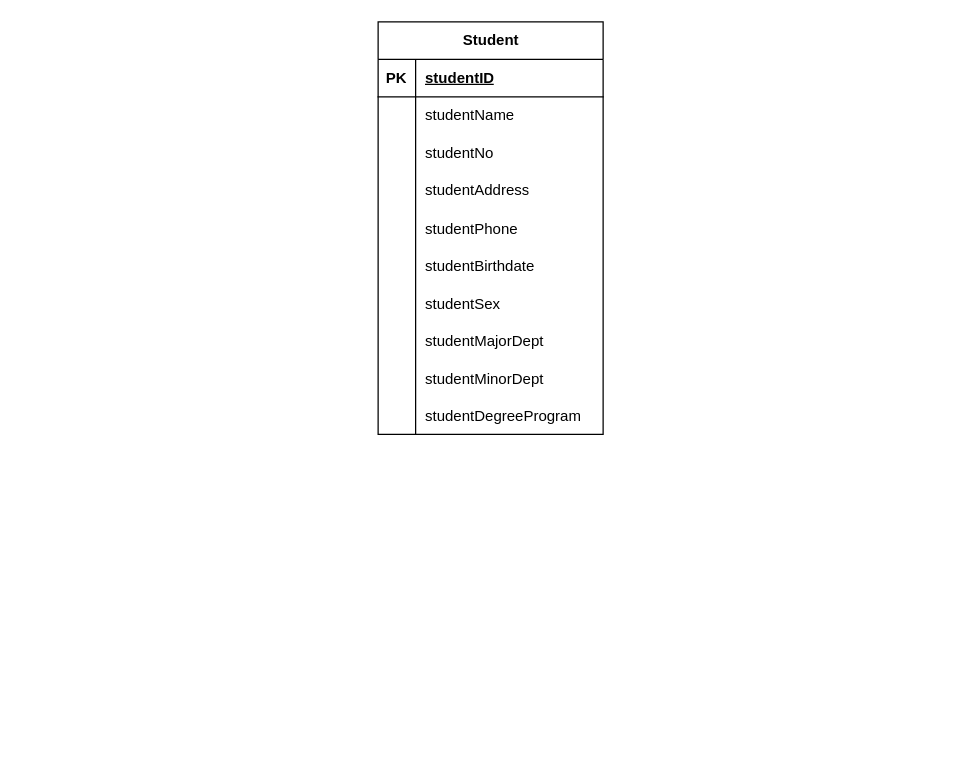
Above: University E-R FIgure.drawio in CecilXing0101/7206-Team-Project (draw.io), before the change. Source tidied: cells renumbered, new cells numbered last; positions are measured from the earlier drawing's top-left corner, leaving out a move shared by most shapes. Both pictures are drawn from the tidied source at 125%, with x=0, y=0 at pixel (378, 21).
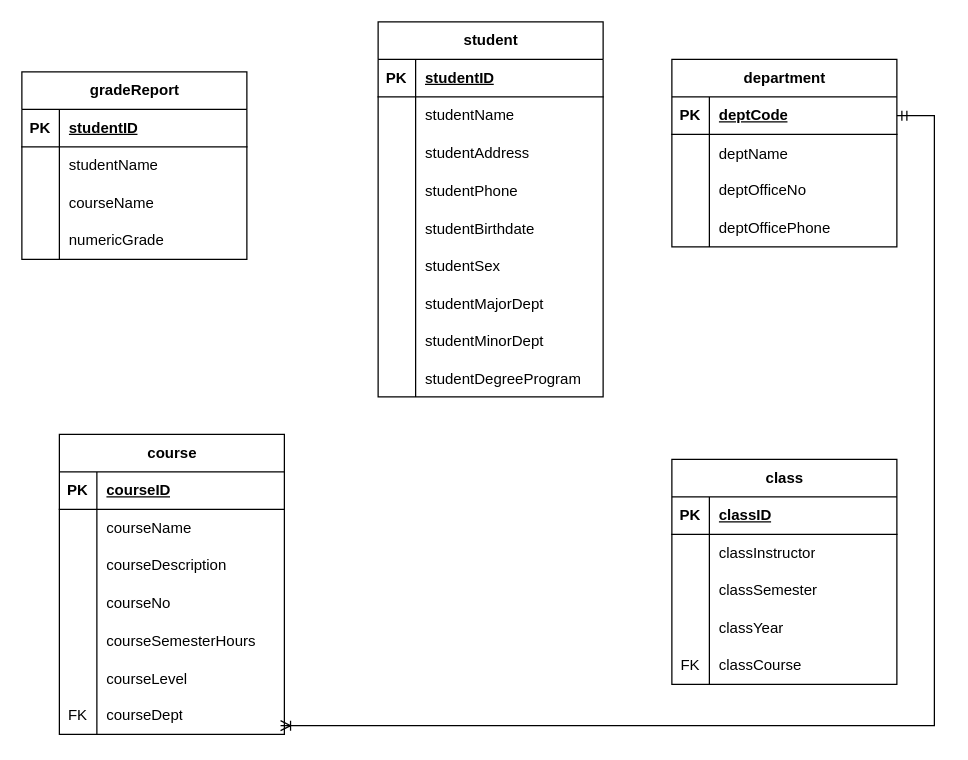
After the change.

Diff of the diagram source:
```diff
@@
-    <mxCell id="2" value="Student" style="shape=table;startSize=30;childLayout=tableLayout;rowLines=0;fontStyle=1;align=center;html=1;" parent="1" vertex="1">
-      <mxGeometry width="180" height="330" as="geometry" />
+    <mxCell id="2" value="student" style="shape=table;startSize=30;childLayout=tableLayout;rowLines=0;fontStyle=1;align=center;html=1;" parent="1" vertex="1">
+      <mxGeometry width="180" height="300" as="geometry" />
     </mxCell>
@@
-    <mxCell id="9" style="shape=tableRow;horizontal=0;startSize=0;swimlaneHead=0;swimlaneBody=0;fillColor=none;top=0;left=0;right=0;bottom=0;" parent="2" vertex="1">
-      <mxGeometry y="90" width="180" height="30" as="geometry" />
-    </mxCell>
-    <mxCell id="10" style="shape=partialRectangle;fillColor=none;top=0;left=0;bottom=0;right=0;overflow=hidden;whiteSpace=wrap;html=1;" parent="9" vertex="1">
-      <mxGeometry width="30" height="30" as="geometry" />
-    </mxCell>
-    <mxCell id="11" value="studentNo" style="shape=partialRectangle;fillColor=none;top=0;left=0;bottom=0;right=0;align=left;spacingLeft=6;overflow=hidden;whiteSpace=wrap;html=1;" parent="9" vertex="1">
-      <mxGeometry x="30" width="150" height="30" as="geometry" />
-    </mxCell>
     <mxCell id="12" style="shape=tableRow;horizontal=0;startSize=0;swimlaneHead=0;swimlaneBody=0;fillColor=none;top=0;left=0;right=0;bottom=0;" parent="2" vertex="1">
-      <mxGeometry y="120" width="180" height="30" as="geometry" />
+      <mxGeometry y="90" width="180" height="30" as="geometry" />
     </mxCell>
@@
     <mxCell id="15" style="shape=tableRow;horizontal=0;startSize=0;swimlaneHead=0;swimlaneBody=0;fillColor=none;top=0;left=0;right=0;bottom=0;" parent="2" vertex="1">
-      <mxGeometry y="150" width="180" height="30" as="geometry" />
+      <mxGeometry y="120" width="180" height="30" as="geometry" />
     </mxCell>
@@
     <mxCell id="18" style="shape=tableRow;horizontal=0;startSize=0;swimlaneHead=0;swimlaneBody=0;fillColor=none;top=0;left=0;right=0;bottom=0;" parent="2" vertex="1">
-      <mxGeometry y="180" width="180" height="30" as="geometry" />
+      <mxGeometry y="150" width="180" height="30" as="geometry" />
     </mxCell>
@@
     <mxCell id="21" style="shape=tableRow;horizontal=0;startSize=0;swimlaneHead=0;swimlaneBody=0;fillColor=none;top=0;left=0;right=0;bottom=0;" parent="2" vertex="1">
-      <mxGeometry y="210" width="180" height="30" as="geometry" />
+      <mxGeometry y="180" width="180" height="30" as="geometry" />
     </mxCell>
@@
     <mxCell id="24" style="shape=tableRow;horizontal=0;startSize=0;swimlaneHead=0;swimlaneBody=0;fillColor=none;top=0;left=0;right=0;bottom=0;" parent="2" vertex="1">
-      <mxGeometry y="240" width="180" height="30" as="geometry" />
+      <mxGeometry y="210" width="180" height="30" as="geometry" />
     </mxCell>
@@
     <mxCell id="27" style="shape=tableRow;horizontal=0;startSize=0;swimlaneHead=0;swimlaneBody=0;fillColor=none;top=0;left=0;right=0;bottom=0;" parent="2" vertex="1">
-      <mxGeometry y="270" width="180" height="30" as="geometry" />
+      <mxGeometry y="240" width="180" height="30" as="geometry" />
     </mxCell>
@@
     <mxCell id="30" style="shape=tableRow;horizontal=0;startSize=0;swimlaneHead=0;swimlaneBody=0;fillColor=none;top=0;left=0;right=0;bottom=0;" parent="2" vertex="1">
-      <mxGeometry y="300" width="180" height="30" as="geometry" />
+      <mxGeometry y="270" width="180" height="30" as="geometry" />
     </mxCell>
@@
+    <mxCell id="33" value="course" style="shape=table;startSize=30;childLayout=tableLayout;rowLines=0;fontStyle=1;align=center;html=1;" parent="1" vertex="1">
+      <mxGeometry x="-255" y="330" width="180" height="240" as="geometry" />
+    </mxCell>
+    <mxCell id="34" style="shape=tableRow;horizontal=0;startSize=0;swimlaneHead=0;swimlaneBody=0;fillColor=none;top=0;left=0;right=0;bottom=1;" parent="33" vertex="1">
+      <mxGeometry y="30" width="180" height="30" as="geometry" />
+    </mxCell>
+    <mxCell id="35" value="PK" style="shape=partialRectangle;fillColor=none;top=0;left=0;bottom=0;right=0;fontStyle=1;overflow=hidden;whiteSpace=wrap;html=1;" parent="34" vertex="1">
+      <mxGeometry width="30" height="30" as="geometry" />
+    </mxCell>
+    <mxCell id="36" value="courseID" style="shape=partialRectangle;fillColor=none;top=0;left=0;bottom=0;right=0;align=left;spacingLeft=6;fontStyle=5;overflow=hidden;whiteSpace=wrap;html=1;" parent="34" vertex="1">
+      <mxGeometry x="30" width="150" height="30" as="geometry" />
+    </mxCell>
+    <mxCell id="37" style="shape=tableRow;horizontal=0;startSize=0;swimlaneHead=0;swimlaneBody=0;fillColor=none;top=0;left=0;right=0;bottom=0;" parent="33" vertex="1">
+      <mxGeometry y="60" width="180" height="30" as="geometry" />
+    </mxCell>
+    <mxCell id="38" style="shape=partialRectangle;fillColor=none;top=0;left=0;bottom=0;right=0;overflow=hidden;whiteSpace=wrap;html=1;" parent="37" vertex="1">
+      <mxGeometry width="30" height="30" as="geometry" />
+    </mxCell>
+    <mxCell id="39" value="courseName" style="shape=partialRectangle;fillColor=none;top=0;left=0;bottom=0;right=0;align=left;spacingLeft=6;overflow=hidden;whiteSpace=wrap;html=1;" parent="37" vertex="1">
+      <mxGeometry x="30" width="150" height="30" as="geometry" />
+    </mxCell>
+    <mxCell id="40" style="shape=tableRow;horizontal=0;startSize=0;swimlaneHead=0;swimlaneBody=0;fillColor=none;top=0;left=0;right=0;bottom=0;" parent="33" vertex="1">
+      <mxGeometry y="90" width="180" height="30" as="geometry" />
+    </mxCell>
+    <mxCell id="41" style="shape=partialRectangle;fillColor=none;top=0;left=0;bottom=0;right=0;overflow=hidden;whiteSpace=wrap;html=1;" parent="40" vertex="1">
+      <mxGeometry width="30" height="30" as="geometry" />
+    </mxCell>
+    <mxCell id="42" value="courseDescription" style="shape=partialRectangle;fillColor=none;top=0;left=0;bottom=0;right=0;align=left;spacingLeft=6;overflow=hidden;whiteSpace=wrap;html=1;" parent="40" vertex="1">
+      <mxGeometry x="30" width="150" height="30" as="geometry" />
+    </mxCell>
+    <mxCell id="43" style="shape=tableRow;horizontal=0;startSize=0;swimlaneHead=0;swimlaneBody=0;fillColor=none;top=0;left=0;right=0;bottom=0;" parent="33" vertex="1">
+      <mxGeometry y="120" width="180" height="30" as="geometry" />
+    </mxCell>
+    <mxCell id="44" style="shape=partialRectangle;fillColor=none;top=0;left=0;bottom=0;right=0;overflow=hidden;whiteSpace=wrap;html=1;" parent="43" vertex="1">
+      <mxGeometry width="30" height="30" as="geometry" />
+    </mxCell>
+    <mxCell id="45" value="courseNo" style="shape=partialRectangle;fillColor=none;top=0;left=0;bottom=0;right=0;align=left;spacingLeft=6;overflow=hidden;whiteSpace=wrap;html=1;" parent="43" vertex="1">
+      <mxGeometry x="30" width="150" height="30" as="geometry" />
+    </mxCell>
+    <mxCell id="46" style="shape=tableRow;horizontal=0;startSize=0;swimlaneHead=0;swimlaneBody=0;fillColor=none;top=0;left=0;right=0;bottom=0;" parent="33" vertex="1">
+      <mxGeometry y="150" width="180" height="30" as="geometry" />
+    </mxCell>
+    <mxCell id="47" style="shape=partialRectangle;fillColor=none;top=0;left=0;bottom=0;right=0;overflow=hidden;" parent="46" vertex="1">
+      <mxGeometry width="30" height="30" as="geometry" />
+    </mxCell>
+    <mxCell id="48" value="courseSemesterHours" style="shape=partialRectangle;fillColor=none;top=0;left=0;bottom=0;right=0;align=left;spacingLeft=6;overflow=hidden;" parent="46" vertex="1">
+      <mxGeometry x="30" width="150" height="30" as="geometry" />
+    </mxCell>
+    <mxCell id="49" style="shape=tableRow;horizontal=0;startSize=0;swimlaneHead=0;swimlaneBody=0;fillColor=none;top=0;left=0;right=0;bottom=0;" parent="33" vertex="1">
+      <mxGeometry y="180" width="180" height="30" as="geometry" />
+    </mxCell>
+    <mxCell id="50" style="shape=partialRectangle;fillColor=none;top=0;left=0;bottom=0;right=0;overflow=hidden;" parent="49" vertex="1">
+      <mxGeometry width="30" height="30" as="geometry" />
+    </mxCell>
+    <mxCell id="51" value="courseLevel" style="shape=partialRectangle;fillColor=none;top=0;left=0;bottom=0;right=0;align=left;spacingLeft=6;overflow=hidden;" parent="49" vertex="1">
+      <mxGeometry x="30" width="150" height="30" as="geometry" />
+    </mxCell>
+    <mxCell id="52" style="shape=tableRow;horizontal=0;startSize=0;swimlaneHead=0;swimlaneBody=0;fillColor=none;points=[[0,0.5],[1,0.5]];portConstraint=eastwest;top=0;left=0;right=0;bottom=0;" parent="33" vertex="1">
+      <mxGeometry y="210" width="180" height="30" as="geometry" />
+    </mxCell>
+    <mxCell id="53" value="FK" style="shape=partialRectangle;fillColor=none;top=0;left=0;bottom=0;right=0;fontStyle=0;overflow=hidden;whiteSpace=wrap;html=1;" parent="52" vertex="1">
+      <mxGeometry width="30" height="30" as="geometry" />
+    </mxCell>
+    <mxCell id="54" value="&lt;span style=&quot;text-wrap: nowrap;&quot;&gt;courseDept&lt;/span&gt;" style="shape=partialRectangle;fillColor=none;top=0;left=0;bottom=0;right=0;align=left;spacingLeft=6;fontStyle=0;overflow=hidden;whiteSpace=wrap;html=1;" parent="52" vertex="1">
+      <mxGeometry x="30" width="150" height="30" as="geometry" />
+    </mxCell>
+    <mxCell id="55" value="class" style="shape=table;startSize=30;childLayout=tableLayout;rowLines=0;fontStyle=1;align=center;html=1;" parent="1" vertex="1">
+      <mxGeometry x="235" y="350" width="180" height="180" as="geometry" />
+    </mxCell>
+    <mxCell id="56" style="shape=tableRow;horizontal=0;startSize=0;swimlaneHead=0;swimlaneBody=0;fillColor=none;top=0;left=0;right=0;bottom=1;" parent="55" vertex="1">
+      <mxGeometry y="30" width="180" height="30" as="geometry" />
+    </mxCell>
+    <mxCell id="57" value="PK" style="shape=partialRectangle;fillColor=none;top=0;left=0;bottom=0;right=0;fontStyle=1;overflow=hidden;whiteSpace=wrap;html=1;" parent="56" vertex="1">
+      <mxGeometry width="30" height="30" as="geometry" />
+    </mxCell>
+    <mxCell id="58" value="classID" style="shape=partialRectangle;fillColor=none;top=0;left=0;bottom=0;right=0;align=left;spacingLeft=6;fontStyle=5;overflow=hidden;whiteSpace=wrap;html=1;" parent="56" vertex="1">
+      <mxGeometry x="30" width="150" height="30" as="geometry" />
+    </mxCell>
+    <mxCell id="59" style="shape=tableRow;horizontal=0;startSize=0;swimlaneHead=0;swimlaneBody=0;fillColor=none;top=0;left=0;right=0;bottom=0;" parent="55" vertex="1">
+      <mxGeometry y="60" width="180" height="30" as="geometry" />
+    </mxCell>
+    <mxCell id="60" style="shape=partialRectangle;fillColor=none;top=0;left=0;bottom=0;right=0;overflow=hidden;whiteSpace=wrap;html=1;" parent="59" vertex="1">
+      <mxGeometry width="30" height="30" as="geometry" />
+    </mxCell>
+    <mxCell id="61" value="classInstructor" style="shape=partialRectangle;fillColor=none;top=0;left=0;bottom=0;right=0;align=left;spacingLeft=6;overflow=hidden;whiteSpace=wrap;html=1;" parent="59" vertex="1">
+      <mxGeometry x="30" width="150" height="30" as="geometry" />
+    </mxCell>
+    <mxCell id="62" style="shape=tableRow;horizontal=0;startSize=0;swimlaneHead=0;swimlaneBody=0;fillColor=none;top=0;left=0;right=0;bottom=0;" parent="55" vertex="1">
+      <mxGeometry y="90" width="180" height="30" as="geometry" />
+    </mxCell>
+    <mxCell id="63" style="shape=partialRectangle;fillColor=none;top=0;left=0;bottom=0;right=0;overflow=hidden;whiteSpace=wrap;html=1;" parent="62" vertex="1">
+      <mxGeometry width="30" height="30" as="geometry" />
+    </mxCell>
+    <mxCell id="64" value="classSemester" style="shape=partialRectangle;fillColor=none;top=0;left=0;bottom=0;right=0;align=left;spacingLeft=6;overflow=hidden;whiteSpace=wrap;html=1;" parent="62" vertex="1">
+      <mxGeometry x="30" width="150" height="30" as="geometry" />
+    </mxCell>
+    <mxCell id="65" style="shape=tableRow;horizontal=0;startSize=0;swimlaneHead=0;swimlaneBody=0;fillColor=none;top=0;left=0;right=0;bottom=0;" parent="55" vertex="1">
+      <mxGeometry y="120" width="180" height="30" as="geometry" />
+    </mxCell>
+    <mxCell id="66" style="shape=partialRectangle;fillColor=none;top=0;left=0;bottom=0;right=0;overflow=hidden;whiteSpace=wrap;html=1;" parent="65" vertex="1">
+      <mxGeometry width="30" height="30" as="geometry" />
+    </mxCell>
+    <mxCell id="67" value="classYear" style="shape=partialRectangle;fillColor=none;top=0;left=0;bottom=0;right=0;align=left;spacingLeft=6;overflow=hidden;whiteSpace=wrap;html=1;" parent="65" vertex="1">
+      <mxGeometry x="30" width="150" height="30" as="geometry" />
+    </mxCell>
+    <mxCell id="68" style="shape=tableRow;horizontal=0;startSize=0;swimlaneHead=0;swimlaneBody=0;fillColor=none;top=0;left=0;right=0;bottom=0;" parent="55" vertex="1">
+      <mxGeometry y="150" width="180" height="30" as="geometry" />
+    </mxCell>
+    <mxCell id="69" value="FK" style="shape=partialRectangle;fillColor=none;top=0;left=0;bottom=0;right=0;fontStyle=0;overflow=hidden;whiteSpace=wrap;html=1;" parent="68" vertex="1">
+      <mxGeometry width="30" height="30" as="geometry" />
+    </mxCell>
+    <mxCell id="70" value="&lt;span style=&quot;text-wrap: nowrap;&quot;&gt;classCourse&lt;/span&gt;" style="shape=partialRectangle;fillColor=none;top=0;left=0;bottom=0;right=0;align=left;spacingLeft=6;fontStyle=0;overflow=hidden;whiteSpace=wrap;html=1;" parent="68" vertex="1">
+      <mxGeometry x="30" width="150" height="30" as="geometry" />
+    </mxCell>
+    <mxCell id="71" value="gradeReport" style="shape=table;startSize=30;childLayout=tableLayout;rowLines=0;fontStyle=1;align=center;html=1;" parent="1" vertex="1">
+      <mxGeometry x="-285" y="40" width="180" height="150" as="geometry" />
+    </mxCell>
+    <mxCell id="72" style="shape=tableRow;horizontal=0;startSize=0;swimlaneHead=0;swimlaneBody=0;fillColor=none;top=0;left=0;right=0;bottom=1;" parent="71" vertex="1">
+      <mxGeometry y="30" width="180" height="30" as="geometry" />
+    </mxCell>
+    <mxCell id="73" value="PK" style="shape=partialRectangle;fillColor=none;top=0;left=0;bottom=0;right=0;fontStyle=1;overflow=hidden;whiteSpace=wrap;html=1;" parent="72" vertex="1">
+      <mxGeometry width="30" height="30" as="geometry" />
+    </mxCell>
+    <mxCell id="74" value="studentID" style="shape=partialRectangle;fillColor=none;top=0;left=0;bottom=0;right=0;align=left;spacingLeft=6;fontStyle=5;overflow=hidden;whiteSpace=wrap;html=1;" parent="72" vertex="1">
+      <mxGeometry x="30" width="150" height="30" as="geometry" />
+    </mxCell>
+    <mxCell id="75" style="shape=tableRow;horizontal=0;startSize=0;swimlaneHead=0;swimlaneBody=0;fillColor=none;top=0;left=0;right=0;bottom=0;" parent="71" vertex="1">
+      <mxGeometry y="60" width="180" height="30" as="geometry" />
+    </mxCell>
+    <mxCell id="76" style="shape=partialRectangle;fillColor=none;top=0;left=0;bottom=0;right=0;overflow=hidden;whiteSpace=wrap;html=1;" parent="75" vertex="1">
+      <mxGeometry width="30" height="30" as="geometry" />
+    </mxCell>
+    <mxCell id="77" value="studentName" style="shape=partialRectangle;fillColor=none;top=0;left=0;bottom=0;right=0;align=left;spacingLeft=6;overflow=hidden;whiteSpace=wrap;html=1;" parent="75" vertex="1">
+      <mxGeometry x="30" width="150" height="30" as="geometry" />
+    </mxCell>
+    <mxCell id="78" style="shape=tableRow;horizontal=0;startSize=0;swimlaneHead=0;swimlaneBody=0;fillColor=none;top=0;left=0;right=0;bottom=0;" parent="71" vertex="1">
+      <mxGeometry y="90" width="180" height="30" as="geometry" />
+    </mxCell>
+    <mxCell id="79" style="shape=partialRectangle;fillColor=none;top=0;left=0;bottom=0;right=0;overflow=hidden;whiteSpace=wrap;html=1;" parent="78" vertex="1">
+      <mxGeometry width="30" height="30" as="geometry" />
+    </mxCell>
+    <mxCell id="80" value="courseName" style="shape=partialRectangle;fillColor=none;top=0;left=0;bottom=0;right=0;align=left;spacingLeft=6;overflow=hidden;whiteSpace=wrap;html=1;" parent="78" vertex="1">
+      <mxGeometry x="30" width="150" height="30" as="geometry" />
+    </mxCell>
+    <mxCell id="81" style="shape=tableRow;horizontal=0;startSize=0;swimlaneHead=0;swimlaneBody=0;fillColor=none;top=0;left=0;right=0;bottom=0;" parent="71" vertex="1">
+      <mxGeometry y="120" width="180" height="30" as="geometry" />
+    </mxCell>
+    <mxCell id="82" style="shape=partialRectangle;fillColor=none;top=0;left=0;bottom=0;right=0;overflow=hidden;whiteSpace=wrap;html=1;" parent="81" vertex="1">
+      <mxGeometry width="30" height="30" as="geometry" />
+    </mxCell>
+    <mxCell id="83" value="numericGrade" style="shape=partialRectangle;fillColor=none;top=0;left=0;bottom=0;right=0;align=left;spacingLeft=6;overflow=hidden;whiteSpace=wrap;html=1;" parent="81" vertex="1">
+      <mxGeometry x="30" width="150" height="30" as="geometry" />
+    </mxCell>
+    <mxCell id="84" value="department" style="shape=table;startSize=30;childLayout=tableLayout;rowLines=0;fontStyle=1;align=center;html=1;" parent="1" vertex="1">
+      <mxGeometry x="235" y="30" width="180" height="150" as="geometry" />
+    </mxCell>
+    <mxCell id="85" style="shape=tableRow;horizontal=0;startSize=0;swimlaneHead=0;swimlaneBody=0;fillColor=none;top=0;left=0;right=0;bottom=1;" parent="84" vertex="1">
+      <mxGeometry y="30" width="180" height="30" as="geometry" />
+    </mxCell>
+    <mxCell id="86" value="PK" style="shape=partialRectangle;fillColor=none;top=0;left=0;bottom=0;right=0;fontStyle=1;overflow=hidden;whiteSpace=wrap;html=1;" parent="85" vertex="1">
+      <mxGeometry width="30" height="30" as="geometry" />
+    </mxCell>
+    <mxCell id="87" value="deptCode" style="shape=partialRectangle;fillColor=none;top=0;left=0;bottom=0;right=0;align=left;spacingLeft=6;fontStyle=5;overflow=hidden;whiteSpace=wrap;html=1;" parent="85" vertex="1">
+      <mxGeometry x="30" width="150" height="30" as="geometry" />
+    </mxCell>
+    <mxCell id="88" style="shape=tableRow;horizontal=0;startSize=0;swimlaneHead=0;swimlaneBody=0;fillColor=none;top=0;left=0;right=0;bottom=0;" parent="84" vertex="1">
+      <mxGeometry y="60" width="180" height="30" as="geometry" />
+    </mxCell>
+    <mxCell id="89" style="shape=partialRectangle;fillColor=none;top=0;left=0;bottom=0;right=0;overflow=hidden;" parent="88" vertex="1">
+      <mxGeometry width="30" height="30" as="geometry" />
+    </mxCell>
+    <mxCell id="90" value="deptName" style="shape=partialRectangle;fillColor=none;top=0;left=0;bottom=0;right=0;align=left;spacingLeft=6;overflow=hidden;" parent="88" vertex="1">
+      <mxGeometry x="30" width="150" height="30" as="geometry" />
+    </mxCell>
+    <mxCell id="91" style="shape=tableRow;horizontal=0;startSize=0;swimlaneHead=0;swimlaneBody=0;fillColor=none;top=0;left=0;right=0;bottom=0;" parent="84" vertex="1">
+      <mxGeometry y="90" width="180" height="30" as="geometry" />
+    </mxCell>
+    <mxCell id="92" style="shape=partialRectangle;fillColor=none;top=0;left=0;bottom=0;right=0;overflow=hidden;whiteSpace=wrap;html=1;" parent="91" vertex="1">
+      <mxGeometry width="30" height="30" as="geometry" />
+    </mxCell>
+    <mxCell id="93" value="deptOfficeNo" style="shape=partialRectangle;fillColor=none;top=0;left=0;bottom=0;right=0;align=left;spacingLeft=6;overflow=hidden;whiteSpace=wrap;html=1;" parent="91" vertex="1">
+      <mxGeometry x="30" width="150" height="30" as="geometry" />
+    </mxCell>
+    <mxCell id="94" style="shape=tableRow;horizontal=0;startSize=0;swimlaneHead=0;swimlaneBody=0;fillColor=none;top=0;left=0;right=0;bottom=0;" parent="84" vertex="1">
+      <mxGeometry y="120" width="180" height="30" as="geometry" />
+    </mxCell>
+    <mxCell id="95" style="shape=partialRectangle;fillColor=none;top=0;left=0;bottom=0;right=0;overflow=hidden;whiteSpace=wrap;html=1;" parent="94" vertex="1">
+      <mxGeometry width="30" height="30" as="geometry" />
+    </mxCell>
+    <mxCell id="96" value="deptOfficePhone" style="shape=partialRectangle;fillColor=none;top=0;left=0;bottom=0;right=0;align=left;spacingLeft=6;overflow=hidden;whiteSpace=wrap;html=1;" parent="94" vertex="1">
+      <mxGeometry x="30" width="150" height="30" as="geometry" />
+    </mxCell>
+    <mxCell id="97" style="edgeStyle=entityRelationEdgeStyle;fontSize=12;html=1;endArrow=ERoneToMany;startArrow=ERmandOne;rounded=0;entryX=0.983;entryY=0.767;entryDx=0;entryDy=0;entryPerimeter=0;" parent="1" edge="1" target="52">
+      <mxGeometry relative="1" as="geometry">
+        <mxPoint x="415" y="75" as="sourcePoint" />
+        <Array as="points">
+          <mxPoint x="465" y="440" />
+        </Array>
+      </mxGeometry>
+    </mxCell>
```
